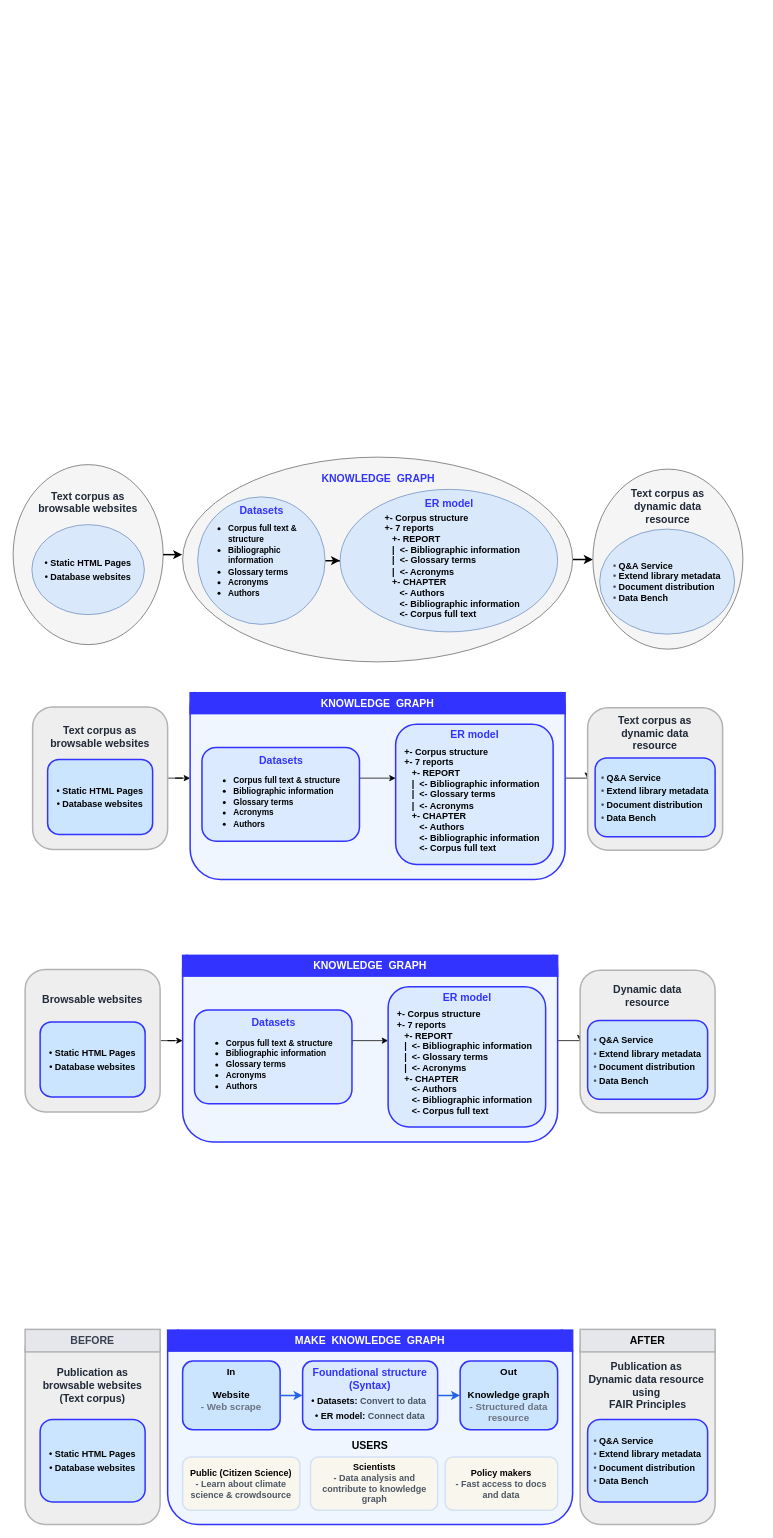
Earlier version of the draw.io diagram images/dia2-v1.drawio (TIBHannover/climate-knowledge-graph). Source tidied: cells renumbered, new cells numbered last; positions are measured from the earlier drawing's top-left corner, leaving out a move shared by most shapes. Both pictures are drawn from the tidied source at 75%, with x=0, y=0 at pixel (13, 457).
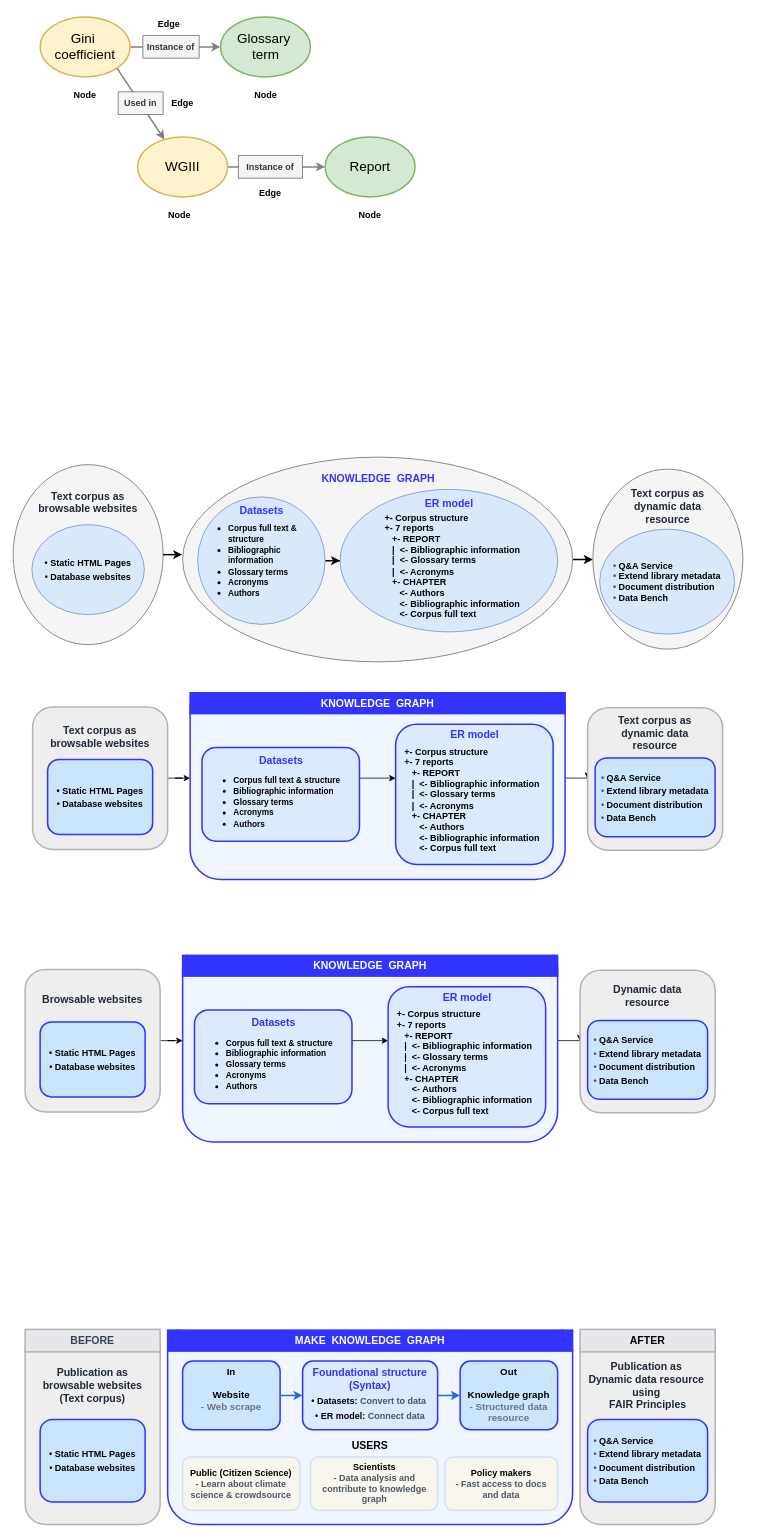
The same diagram, later.

Diff of the diagram source:
```diff
@@
+    <mxCell id="74" value="&lt;span id=&quot;docs-internal-guid-bf90447b-7fff-5727-9e62-9d18f8fe1665&quot; style=&quot;text-align: left;&quot;&gt;&lt;font style=&quot;font-size: 18px;&quot;&gt;&lt;p dir=&quot;ltr&quot; style=&quot;line-height: 1.2; text-align: center; margin-top: 0pt; margin-bottom: 0pt;&quot;&gt;&lt;span id=&quot;docs-internal-guid-bf90447b-7fff-5727-9e62-9d18f8fe1665&quot; style=&quot;text-align: left;&quot;&gt;&lt;/span&gt;&lt;/p&gt;&lt;p dir=&quot;ltr&quot; style=&quot;forced-color-adjust: none; line-height: 1.2; text-align: center; margin-top: 0pt; margin-bottom: 0pt;&quot;&gt;&lt;span style=&quot;forced-color-adjust: none; font-family: Arial, sans-serif; color: rgb(0, 0, 0); background-color: transparent; font-weight: 400; font-style: normal; font-variant: normal; text-decoration: none; vertical-align: baseline; white-space: pre-wrap;&quot;&gt;Glossary &lt;br&gt;term&lt;/span&gt;&lt;/p&gt;&lt;/font&gt;&lt;/span&gt;" style="ellipse;whiteSpace=wrap;html=1;fillColor=#d5e8d4;strokeColor=#82b366;strokeWidth=2;" parent="1" vertex="1">
+      <mxGeometry x="276.5" y="-587" width="120" height="80" as="geometry" />
+    </mxCell>
+    <mxCell id="75" style="rounded=0;jettySize=auto;html=1;exitX=1;exitY=0.5;exitDx=0;exitDy=0;strokeWidth=2;strokeColor=#808080;" parent="1" edge="1" source="76" target="74">
+      <mxGeometry relative="1" as="geometry" />
+    </mxCell>
+    <mxCell id="76" value="&lt;span id=&quot;docs-internal-guid-bf90447b-7fff-5727-9e62-9d18f8fe1665&quot; style=&quot;text-align: left;&quot;&gt;&lt;p dir=&quot;ltr&quot; style=&quot;line-height: 1.2; text-align: center; margin-top: 0pt; margin-bottom: 0pt;&quot;&gt;&lt;span style=&quot;font-family: Arial, sans-serif; background-color: transparent; font-variant-numeric: normal; font-variant-east-asian: normal; font-variant-alternates: normal; font-variant-position: normal; font-variant-emoji: normal; vertical-align: baseline; white-space-collapse: preserve; color: rgb(0, 0, 0);&quot;&gt;&lt;font style=&quot;font-size: 18px;&quot;&gt;Gini &lt;/font&gt;&lt;/span&gt;&lt;/p&gt;&lt;p dir=&quot;ltr&quot; style=&quot;line-height: 1.2; text-align: center; margin-top: 0pt; margin-bottom: 0pt;&quot;&gt;&lt;span style=&quot;font-family: Arial, sans-serif; background-color: transparent; font-variant-numeric: normal; font-variant-east-asian: normal; font-variant-alternates: normal; font-variant-position: normal; font-variant-emoji: normal; vertical-align: baseline; white-space-collapse: preserve; color: rgb(0, 0, 0);&quot;&gt;&lt;font style=&quot;font-size: 18px;&quot;&gt;coefficient&lt;/font&gt;&lt;/span&gt;&lt;/p&gt;&lt;/span&gt;" style="ellipse;whiteSpace=wrap;html=1;fillColor=#fff2cc;strokeColor=#d6b656;strokeWidth=2;" parent="1" vertex="1">
+      <mxGeometry x="36" y="-587" width="120" height="80" as="geometry" />
+    </mxCell>
+    <mxCell id="77" style="edgeStyle=orthogonalEdgeStyle;rounded=0;jettySize=auto;html=1;exitX=1;exitY=0.5;exitDx=0;exitDy=0;entryX=0;entryY=0.5;entryDx=0;entryDy=0;strokeWidth=2;strokeColor=#808080;" parent="1" edge="1" source="78" target="79">
+      <mxGeometry relative="1" as="geometry" />
+    </mxCell>
+    <mxCell id="78" value="&lt;span id=&quot;docs-internal-guid-bf90447b-7fff-5727-9e62-9d18f8fe1665&quot; style=&quot;text-align: left;&quot;&gt;&lt;font style=&quot;font-size: 18px;&quot;&gt;&lt;p dir=&quot;ltr&quot; style=&quot;line-height: 1.2; text-align: center; margin-top: 0pt; margin-bottom: 0pt;&quot;&gt;&lt;span id=&quot;docs-internal-guid-bf90447b-7fff-5727-9e62-9d18f8fe1665&quot; style=&quot;text-align: left;&quot;&gt;&lt;/span&gt;&lt;/p&gt;&lt;p dir=&quot;ltr&quot; style=&quot;forced-color-adjust: none; line-height: 1.2; text-align: center; margin-top: 0pt; margin-bottom: 0pt;&quot;&gt;&lt;span style=&quot;forced-color-adjust: none; font-family: Arial, sans-serif; color: rgb(0, 0, 0); background-color: transparent; font-weight: 400; font-style: normal; font-variant: normal; text-decoration: none; vertical-align: baseline; white-space: pre-wrap;&quot;&gt;WGIII&lt;/span&gt;&lt;/p&gt;&lt;/font&gt;&lt;/span&gt;" style="ellipse;whiteSpace=wrap;html=1;fillColor=#fff2cc;strokeColor=#d6b656;strokeWidth=2;" parent="1" vertex="1">
+      <mxGeometry x="166" y="-427" width="120" height="80" as="geometry" />
+    </mxCell>
+    <mxCell id="79" value="&lt;span id=&quot;docs-internal-guid-bf90447b-7fff-5727-9e62-9d18f8fe1665&quot; style=&quot;text-align: left;&quot;&gt;&lt;p dir=&quot;ltr&quot; style=&quot;line-height: 1.2; text-align: center; margin-top: 0pt; margin-bottom: 0pt;&quot;&gt;&lt;span style=&quot;font-family: Arial, sans-serif; background-color: transparent; font-variant-numeric: normal; font-variant-east-asian: normal; font-variant-alternates: normal; font-variant-position: normal; font-variant-emoji: normal; vertical-align: baseline; white-space-collapse: preserve; color: rgb(0, 0, 0);&quot;&gt;&lt;font style=&quot;font-size: 18px;&quot;&gt;Report&lt;/font&gt;&lt;/span&gt;&lt;/p&gt;&lt;/span&gt;" style="ellipse;whiteSpace=wrap;html=1;fillColor=#d5e8d4;strokeColor=#82b366;strokeWidth=2;" parent="1" vertex="1">
+      <mxGeometry x="416" y="-427" width="120" height="80" as="geometry" />
+    </mxCell>
+    <mxCell id="80" style="rounded=0;jettySize=auto;html=1;exitX=1;exitY=1;exitDx=0;exitDy=0;strokeWidth=2;strokeColor=#808080;" parent="1" edge="1" source="76" target="78">
+      <mxGeometry relative="1" as="geometry" />
+    </mxCell>
+    <mxCell id="81" value="&lt;b&gt;Instance of&lt;/b&gt;" style="text;html=1;whiteSpace=wrap;strokeColor=#666666;fillColor=#f5f5f5;align=center;verticalAlign=middle;rounded=0;fontColor=#333333;" parent="1" vertex="1">
+      <mxGeometry x="300.2" y="-402" width="85.8" height="30" as="geometry" />
+    </mxCell>
+    <mxCell id="82" value="&lt;b&gt;Instance of&lt;/b&gt;" style="text;html=1;whiteSpace=wrap;strokeColor=#666666;fillColor=#f5f5f5;align=center;verticalAlign=middle;rounded=0;fontColor=#333333;" parent="1" vertex="1">
+      <mxGeometry x="173" y="-562" width="75" height="30" as="geometry" />
+    </mxCell>
+    <mxCell id="83" value="&lt;b&gt;Used in&lt;/b&gt;" style="text;html=1;whiteSpace=wrap;strokeColor=#666666;fillColor=#f5f5f5;align=center;verticalAlign=middle;rounded=0;fontColor=#333333;" parent="1" vertex="1">
+      <mxGeometry x="140" y="-487" width="60" height="30" as="geometry" />
+    </mxCell>
+    <mxCell id="84" value="&lt;b&gt;Node&lt;/b&gt;" style="text;html=1;whiteSpace=wrap;strokeColor=none;fillColor=none;align=center;verticalAlign=middle;rounded=0;" parent="1" vertex="1">
+      <mxGeometry x="446" y="-337" width="60" height="30" as="geometry" />
+    </mxCell>
+    <mxCell id="85" value="&lt;b&gt;Node&lt;/b&gt;" style="text;html=1;whiteSpace=wrap;strokeColor=none;fillColor=none;align=center;verticalAlign=middle;rounded=0;" parent="1" vertex="1">
+      <mxGeometry x="306.5" y="-497" width="60" height="30" as="geometry" />
+    </mxCell>
+    <mxCell id="86" value="&lt;b&gt;Node&lt;/b&gt;" style="text;html=1;whiteSpace=wrap;strokeColor=none;fillColor=none;align=center;verticalAlign=middle;rounded=0;" parent="1" vertex="1">
+      <mxGeometry x="66" y="-497" width="60" height="30" as="geometry" />
+    </mxCell>
+    <mxCell id="87" value="&lt;b&gt;Node&lt;/b&gt;" style="text;html=1;whiteSpace=wrap;strokeColor=none;fillColor=none;align=center;verticalAlign=middle;rounded=0;" parent="1" vertex="1">
+      <mxGeometry x="191.8" y="-337" width="60" height="30" as="geometry" />
+    </mxCell>
+    <mxCell id="88" value="&lt;b&gt;Edge&lt;/b&gt;" style="text;html=1;whiteSpace=wrap;strokeColor=none;fillColor=none;align=center;verticalAlign=middle;rounded=0;" parent="1" vertex="1">
+      <mxGeometry x="313.1" y="-367" width="60" height="30" as="geometry" />
+    </mxCell>
+    <mxCell id="89" value="&lt;b&gt;Edge&lt;/b&gt;" style="text;html=1;whiteSpace=wrap;strokeColor=none;fillColor=none;align=center;verticalAlign=middle;rounded=0;" parent="1" vertex="1">
+      <mxGeometry x="177.7" y="-592" width="60" height="30" as="geometry" />
+    </mxCell>
+    <mxCell id="90" value="&lt;b&gt;Edge&lt;/b&gt;" style="text;html=1;whiteSpace=wrap;strokeColor=none;fillColor=none;align=center;verticalAlign=middle;rounded=0;" parent="1" vertex="1">
+      <mxGeometry x="196" y="-487" width="60" height="30" as="geometry" />
+    </mxCell>
```
